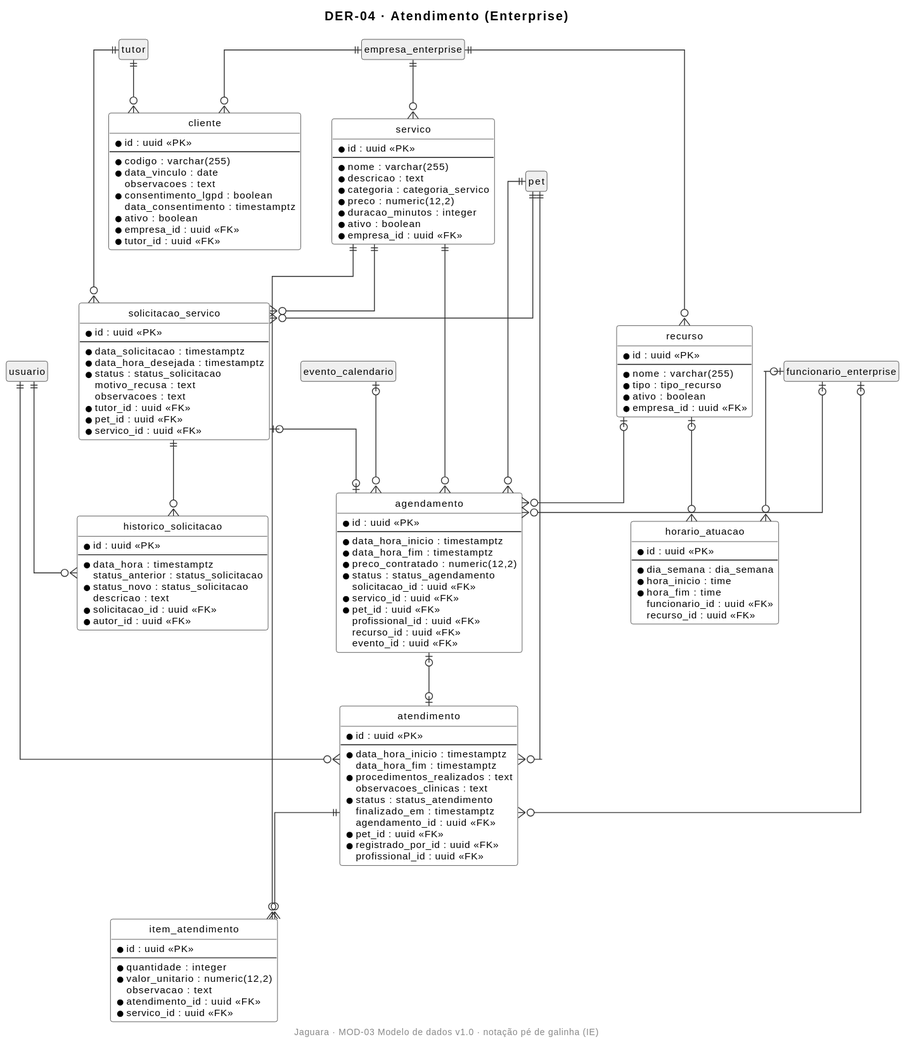
JaguaraPet/Jaguara_doc keeps this PlantUML diagram as docs/04-modelagem/modelo-de-dados/img/DER-04-atendimento.svg. Above is the earlier version.
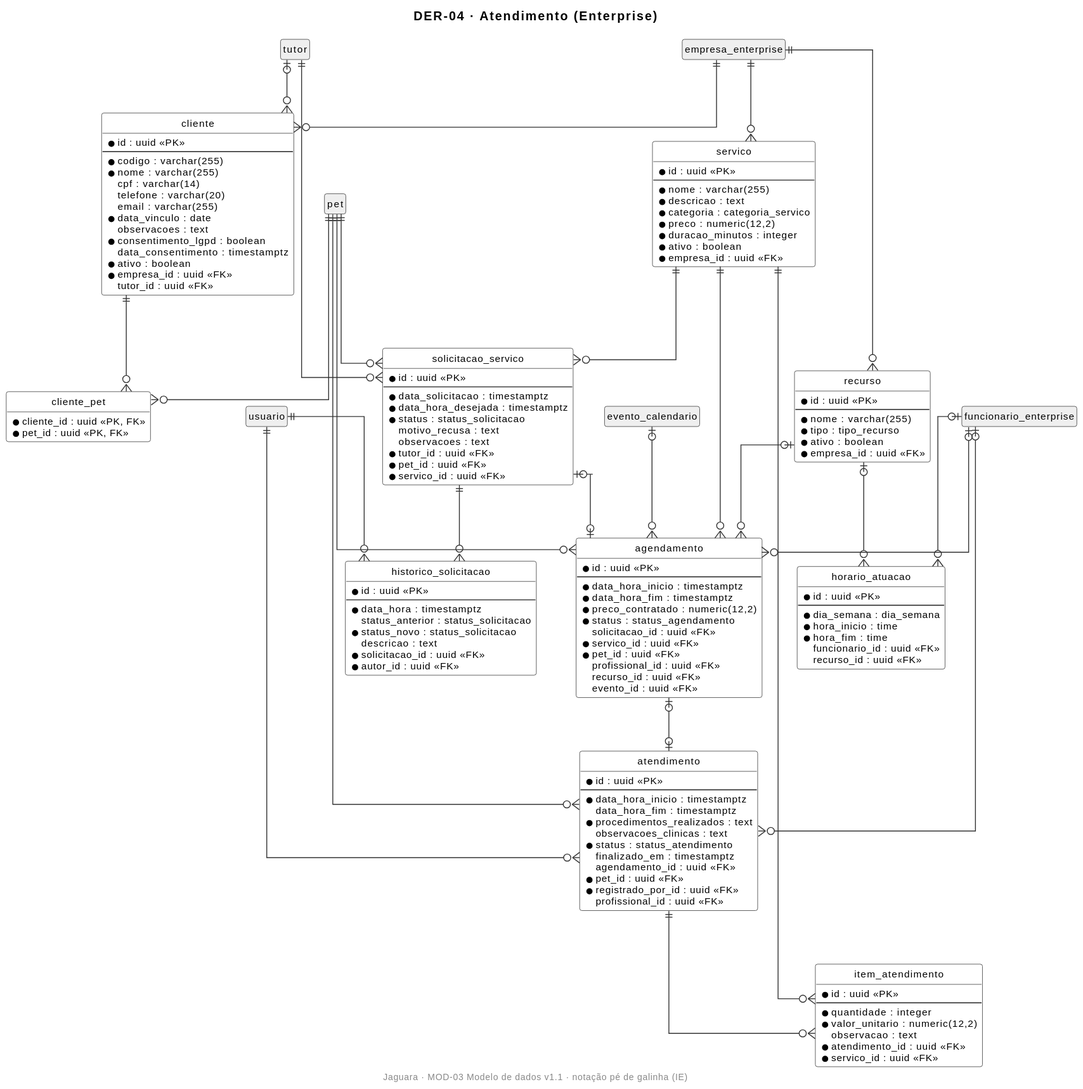
The same file after the commit.

Change to the diagram source:
```diff
@@ -12,13 +12,21 @@
   * id : uuid <<PK>>
   --
   * codigo : varchar(255)
+  * nome : varchar(255)
+    cpf : varchar(14)
+    telefone : varchar(20)
+    email : varchar(255)
   * data_vinculo : date
     observacoes : text
   * consentimento_lgpd : boolean
     data_consentimento : timestamptz
   * ativo : boolean
   * empresa_id : uuid <<FK>>
-  * tutor_id : uuid <<FK>>
+    tutor_id : uuid <<FK>>
+}
+entity "cliente_pet" as ClientePet {
+  * cliente_id : uuid <<PK, FK>>
+  * pet_id : uuid <<PK, FK>>
 }
 entity "servico" as Servico {
   * id : uuid <<PK>>
@@ -108,7 +116,9 @@
   * servico_id : uuid <<FK>>
 }
 EmpresaEnterprise ||--o{ Cliente
-Tutor ||--o{ Cliente
+Tutor |o--o{ Cliente
+Cliente ||--o{ ClientePet
+Pet ||--o{ ClientePet
 EmpresaEnterprise ||--o{ Servico
 EmpresaEnterprise ||--o{ Recurso
 FuncionarioEnterprise |o--o{ HorarioAtuacao
```
